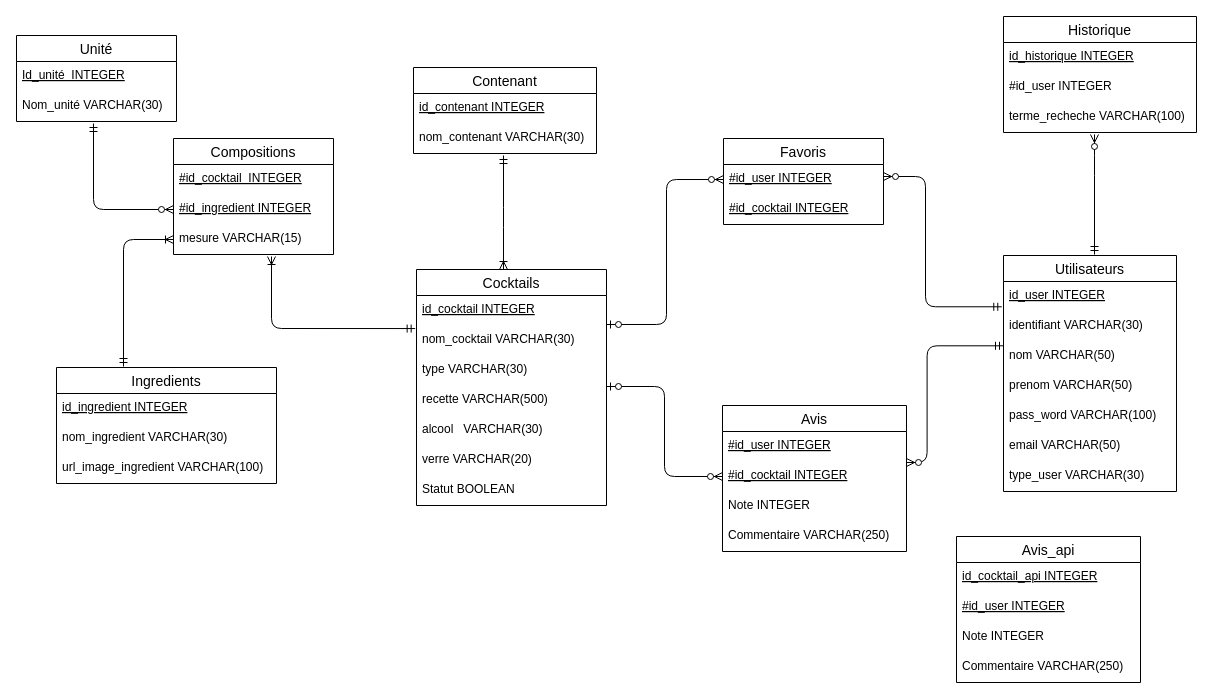
This is Diagramme de Base de données.drawio from snouatin/ProjetInfo2A, a draw.io file, before an edit. Source tidied: cells renumbered, new cells numbered last; positions are measured from the earlier drawing's top-left corner, leaving out a move shared by most shapes. Both pictures are drawn from the tidied source at 100%, with x=0, y=0 at pixel (16, 16).
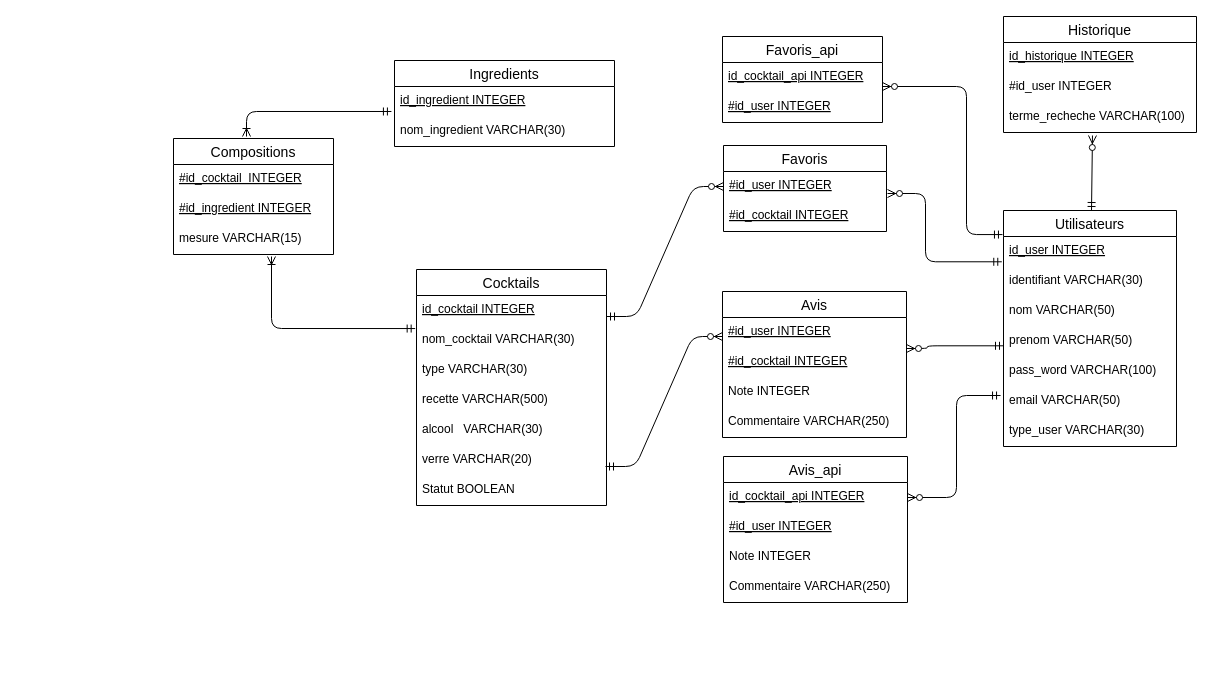
Above is the later version.

The change refers to these unchanged cells:
```xml
<mxCell id="15" value="#id_ingredient INTEGER" style="text;strokeColor=none;fillColor=none;spacingLeft=4;spacingRight=4;overflow=hidden;points=[[0,0.5],[1,0.5]];portConstraint=eastwest;fontSize=12;fontStyle=4;" parent="13" vertex="1">
  <mxGeometry y="56" width="160" height="30" as="geometry" />
</mxCell>
<mxCell id="16" value="mesure VARCHAR(15)" style="text;strokeColor=none;fillColor=none;spacingLeft=4;spacingRight=4;overflow=hidden;points=[[0,0.5],[1,0.5]];portConstraint=eastwest;fontSize=12;fontStyle=0;" parent="13" vertex="1">
  <mxGeometry y="86" width="160" height="30" as="geometry" />
</mxCell>
<mxCell id="33" value="#id_cocktail INTEGER" style="text;strokeColor=none;fillColor=none;spacingLeft=4;spacingRight=4;overflow=hidden;points=[[0,0.5],[1,0.5]];portConstraint=eastwest;fontSize=12;fontStyle=4;" parent="31" vertex="1">
  <mxGeometry y="56" width="184" height="30" as="geometry" />
</mxCell>
<mxCell id="41" value="identifiant VARCHAR(30)" style="text;strokeColor=none;fillColor=none;spacingLeft=4;spacingRight=4;overflow=hidden;points=[[0,0.5],[1,0.5]];portConstraint=eastwest;fontSize=12;" parent="39" vertex="1">
  <mxGeometry y="56" width="173" height="30" as="geometry" />
</mxCell>
<mxCell id="45" value="email VARCHAR(50)" style="text;strokeColor=none;fillColor=none;spacingLeft=4;spacingRight=4;overflow=hidden;points=[[0,0.5],[1,0.5]];portConstraint=eastwest;fontSize=12;" parent="39" vertex="1">
  <mxGeometry y="176" width="173" height="30" as="geometry" />
</mxCell>
<mxCell id="50" value="terme_recheche VARCHAR(100)" style="text;strokeColor=none;fillColor=none;spacingLeft=4;spacingRight=4;overflow=hidden;points=[[0,0.5],[1,0.5]];portConstraint=eastwest;fontSize=12;" parent="47" vertex="1">
  <mxGeometry y="86" width="193" height="30" as="geometry" />
</mxCell>
<mxCell id="54" value="id_cocktail_api INTEGER" style="text;strokeColor=none;fillColor=none;spacingLeft=4;spacingRight=4;overflow=hidden;points=[[0,0.5],[1,0.5]];portConstraint=eastwest;fontSize=12;fontStyle=4;" parent="53" vertex="1">
  <mxGeometry y="26" width="184" height="30" as="geometry" />
</mxCell>
```

What changed in the source:
```diff
@@
-    <mxCell id="2" style="edgeStyle=elbowEdgeStyle;fontSize=12;html=1;endArrow=ERzeroToMany;startArrow=ERmandOne;entryX=0;entryY=0.5;entryDx=0;entryDy=0;" parent="1" edge="1" target="15">
-      <mxGeometry relative="1" as="geometry">
-        <mxPoint x="77" y="107" as="sourcePoint" />
-        <Array as="points">
-          <mxPoint x="77" y="159" />
-        </Array>
-      </mxGeometry>
-    </mxCell>
-    <mxCell id="3" style="edgeStyle=elbowEdgeStyle;fontSize=12;html=1;endArrow=ERoneToMany;startArrow=ERmandOne;entryX=0;entryY=0.5;entryDx=0;entryDy=0;" parent="1" edge="1" target="16">
+    <mxCell id="3" style="edgeStyle=elbowEdgeStyle;fontSize=12;html=1;endArrow=ERoneToMany;startArrow=ERmandOne;exitX=-0.014;exitY=0.833;exitDx=0;exitDy=0;exitPerimeter=0;" parent="1" edge="1" source="10">
       <mxGeometry relative="1" as="geometry">
-        <mxPoint x="107" y="350" as="sourcePoint" />
+        <mxPoint x="230" y="120" as="targetPoint" />
         <Array as="points">
-          <mxPoint x="107" y="309" />
+          <mxPoint x="230" y="91" />
         </Array>
       </mxGeometry>
     </mxCell>
@@
-    <mxCell id="5" style="edgeStyle=elbowEdgeStyle;fontSize=12;html=1;endArrow=ERoneToMany;startArrow=ERmandOne;elbow=vertical;" parent="1" edge="1">
-      <mxGeometry relative="1" as="geometry">
-        <mxPoint x="487" y="139" as="sourcePoint" />
-        <mxPoint x="487" y="253" as="targetPoint" />
-        <Array as="points">
-          <mxPoint x="487" y="201" />
-        </Array>
-      </mxGeometry>
-    </mxCell>
     <mxCell id="6" style="edgeStyle=elbowEdgeStyle;fontSize=12;html=1;endArrow=ERzeroToMany;startArrow=ERmandOne;exitX=-0.01;exitY=-0.157;exitDx=0;exitDy=0;exitPerimeter=0;" parent="1" edge="1" source="41">
       <mxGeometry relative="1" as="geometry">
-        <mxPoint x="867" y="160" as="targetPoint" />
+        <mxPoint x="871" y="177" as="targetPoint" />
         <Array as="points">
           <mxPoint x="909" y="252" />
         </Array>
       </mxGeometry>
     </mxCell>
@@
-    <mxCell id="8" style="edgeStyle=elbowEdgeStyle;fontSize=12;html=1;endArrow=ERzeroToMany;startArrow=ERmandOne;elbow=vertical;" parent="1" edge="1">
-      <mxGeometry relative="1" as="geometry">
-        <mxPoint x="1078" y="238" as="sourcePoint" />
-        <mxPoint x="1078" y="118" as="targetPoint" />
-        <Array as="points">
-          <mxPoint x="1057" y="149" />
-        </Array>
-      </mxGeometry>
-    </mxCell>
-    <mxCell id="9" value="Ingredients" style="swimlane;fontStyle=0;horizontal=1;startSize=26;align=center;fontSize=14;" parent="1" vertex="1">
-      <mxGeometry x="40" y="351" width="220" height="116" as="geometry" />
-    </mxCell>
-    <mxCell id="10" value="id_ingredient INTEGER" style="text;strokeColor=none;fillColor=none;spacingLeft=4;spacingRight=4;overflow=hidden;points=[[0,0.5],[1,0.5]];portConstraint=eastwest;fontSize=12;fontStyle=4;" parent="9" vertex="1">
-      <mxGeometry y="26" width="220" height="30" as="geometry" />
-    </mxCell>
-    <mxCell id="11" value="nom_ingredient VARCHAR(30)" style="text;strokeColor=none;fillColor=none;spacingLeft=4;spacingRight=4;overflow=hidden;fontSize=12;" parent="9" vertex="1">
-      <mxGeometry y="56" width="220" height="30" as="geometry" />
-    </mxCell>
-    <mxCell id="12" value="url_image_ingredient VARCHAR(100)" style="text;strokeColor=none;fillColor=none;spacingLeft=4;spacingRight=4;overflow=hidden;fontSize=12;" parent="9" vertex="1">
-      <mxGeometry y="86" width="220" height="30" as="geometry" />
-    </mxCell>
@@
-    <mxCell id="17" value="Unité" style="swimlane;fontStyle=0;horizontal=1;startSize=26;align=center;fontSize=14;" parent="1" vertex="1">
-      <mxGeometry y="19" width="160" height="86" as="geometry" />
-    </mxCell>
-    <mxCell id="18" value="Id_unité  INTEGER" style="text;strokeColor=none;fillColor=none;spacingLeft=4;spacingRight=4;overflow=hidden;fontSize=12;fontStyle=4;" parent="17" vertex="1">
-      <mxGeometry y="26" width="160" height="30" as="geometry" />
-    </mxCell>
-    <mxCell id="19" value="Nom_unité VARCHAR(30)" style="text;strokeColor=none;fillColor=none;spacingLeft=4;spacingRight=4;overflow=hidden;fontSize=12;" parent="17" vertex="1">
-      <mxGeometry y="56" width="160" height="30" as="geometry" />
-    </mxCell>
@@
     <mxCell id="28" value="Favoris" style="swimlane;fontStyle=0;horizontal=1;startSize=26;align=center;fontSize=14;" parent="1" vertex="1">
-      <mxGeometry x="707" y="122" width="160" height="86" as="geometry" />
+      <mxGeometry x="707" y="129" width="163" height="86" as="geometry" />
     </mxCell>
     <mxCell id="29" value="#id_user INTEGER" style="text;strokeColor=none;fillColor=none;spacingLeft=4;spacingRight=4;overflow=hidden;points=[[0,0.5],[1,0.5]];portConstraint=eastwest;fontSize=12;fontStyle=4;" parent="28" vertex="1">
-      <mxGeometry y="26" width="160" height="30" as="geometry" />
+      <mxGeometry y="26" width="163" height="30" as="geometry" />
     </mxCell>
     <mxCell id="30" value="#id_cocktail INTEGER" style="text;strokeColor=none;fillColor=none;spacingLeft=4;spacingRight=4;overflow=hidden;fontSize=12;fontStyle=4;" parent="28" vertex="1">
-      <mxGeometry y="56" width="160" height="30" as="geometry" />
+      <mxGeometry y="56" width="163" height="30" as="geometry" />
     </mxCell>
     <mxCell id="31" value="Avis" style="swimlane;fontStyle=0;horizontal=1;startSize=26;align=center;fontSize=14;" parent="1" vertex="1">
-      <mxGeometry x="706" y="389" width="184" height="146" as="geometry" />
+      <mxGeometry x="706" y="275" width="184" height="146" as="geometry" />
     </mxCell>
@@
-    <mxCell id="36" value="Contenant" style="swimlane;fontStyle=0;horizontal=1;startSize=26;align=center;fontSize=14;" parent="1" vertex="1">
-      <mxGeometry x="397" y="51" width="183" height="86" as="geometry" />
-    </mxCell>
-    <mxCell id="37" value="id_contenant INTEGER" style="text;strokeColor=none;fillColor=none;spacingLeft=4;spacingRight=4;overflow=hidden;fontSize=12;fontStyle=4;" parent="36" vertex="1">
-      <mxGeometry y="26" width="183" height="30" as="geometry" />
-    </mxCell>
-    <mxCell id="38" value="nom_contenant VARCHAR(30)" style="text;strokeColor=none;fillColor=none;spacingLeft=4;spacingRight=4;overflow=hidden;fontSize=12;" parent="36" vertex="1">
-      <mxGeometry y="56" width="183" height="30" as="geometry" />
-    </mxCell>
     <mxCell id="39" value="Utilisateurs" style="swimlane;fontStyle=0;horizontal=1;startSize=26;align=center;fontSize=14;" parent="1" vertex="1">
-      <mxGeometry x="987" y="239" width="173" height="236" as="geometry" />
+      <mxGeometry x="987" y="194" width="173" height="236" as="geometry" />
     </mxCell>
@@
-    <mxCell id="51" style="edgeStyle=elbowEdgeStyle;fontSize=12;html=1;endArrow=ERzeroToMany;startArrow=ERzeroToOne;entryX=0;entryY=0.5;entryDx=0;entryDy=0;" parent="1" edge="1" target="29">
-      <mxGeometry relative="1" as="geometry">
-        <mxPoint x="590" y="308" as="sourcePoint" />
-        <Array as="points">
-          <mxPoint x="650" y="240" />
-        </Array>
-      </mxGeometry>
-    </mxCell>
-    <mxCell id="52" style="edgeStyle=elbowEdgeStyle;fontSize=12;html=1;endArrow=ERzeroToMany;startArrow=ERzeroToOne;entryX=0;entryY=0.5;entryDx=0;entryDy=0;" parent="1" edge="1" target="33">
-      <mxGeometry relative="1" as="geometry">
-        <mxPoint x="590" y="370" as="sourcePoint" />
-      </mxGeometry>
-    </mxCell>
+    <mxCell id="9" value="Ingredients" style="swimlane;fontStyle=0;horizontal=1;startSize=26;align=center;fontSize=14;" parent="1" vertex="1">
+      <mxGeometry x="378" y="44" width="220" height="86" as="geometry" />
+    </mxCell>
+    <mxCell id="10" value="id_ingredient INTEGER" style="text;strokeColor=none;fillColor=none;spacingLeft=4;spacingRight=4;overflow=hidden;points=[[0,0.5],[1,0.5]];portConstraint=eastwest;fontSize=12;fontStyle=4;" parent="9" vertex="1">
+      <mxGeometry y="26" width="220" height="30" as="geometry" />
+    </mxCell>
+    <mxCell id="11" value="nom_ingredient VARCHAR(30)" style="text;strokeColor=none;fillColor=none;spacingLeft=4;spacingRight=4;overflow=hidden;fontSize=12;" parent="9" vertex="1">
+      <mxGeometry y="56" width="220" height="30" as="geometry" />
+    </mxCell>
+    <mxCell id="58" value="Favoris_api" style="swimlane;fontStyle=0;horizontal=1;startSize=26;align=center;fontSize=14;" parent="1" vertex="1">
+      <mxGeometry x="706" y="20" width="160" height="86" as="geometry" />
+    </mxCell>
+    <mxCell id="59" value="id_cocktail_api INTEGER" style="text;strokeColor=none;fillColor=none;spacingLeft=4;spacingRight=4;overflow=hidden;fontSize=12;fontStyle=4;" parent="58" vertex="1">
+      <mxGeometry y="26" width="160" height="30" as="geometry" />
+    </mxCell>
+    <mxCell id="60" value="#id_user INTEGER" style="text;strokeColor=none;fillColor=none;spacingLeft=4;spacingRight=4;overflow=hidden;fontSize=12;fontStyle=4;" parent="58" vertex="1">
+      <mxGeometry y="56" width="160" height="30" as="geometry" />
+    </mxCell>
+    <mxCell id="61" style="edgeStyle=elbowEdgeStyle;fontSize=12;html=1;endArrow=ERzeroToMany;startArrow=ERmandOne;exitX=-0.006;exitY=0.102;exitDx=0;exitDy=0;exitPerimeter=0;" parent="1" edge="1" source="39">
+      <mxGeometry relative="1" as="geometry">
+        <mxPoint x="866" y="70" as="targetPoint" />
+        <Array as="points">
+          <mxPoint x="950" y="170" />
+          <mxPoint x="960" y="200" />
+          <mxPoint x="940" y="140" />
+        </Array>
+      </mxGeometry>
+    </mxCell>
+    <mxCell id="62" style="edgeStyle=elbowEdgeStyle;fontSize=12;html=1;endArrow=ERzeroToMany;startArrow=ERmandOne;entryX=1;entryY=0.5;entryDx=0;entryDy=0;exitX=-0.017;exitY=0.3;exitDx=0;exitDy=0;exitPerimeter=0;" parent="1" edge="1" source="45" target="54">
+      <mxGeometry relative="1" as="geometry">
+        <Array as="points">
+          <mxPoint x="940" y="410" />
+        </Array>
+      </mxGeometry>
+    </mxCell>
     <mxCell id="53" value="Avis_api" style="swimlane;fontStyle=0;horizontal=1;startSize=26;align=center;fontSize=14;" parent="1" vertex="1">
-      <mxGeometry x="940" y="520" width="184" height="146" as="geometry" />
+      <mxGeometry x="707" y="440" width="184" height="146" as="geometry" />
     </mxCell>
@@
+    <mxCell id="63" style="fontSize=12;html=1;endArrow=ERzeroToMany;startArrow=ERmandOne;entryX=0.461;entryY=1.1;entryDx=0;entryDy=0;entryPerimeter=0;" parent="1" edge="1" source="39" target="50">
+      <mxGeometry relative="1" as="geometry" />
+    </mxCell>
+    <mxCell id="64" style="edgeStyle=entityRelationEdgeStyle;fontSize=12;html=1;endArrow=ERzeroToMany;startArrow=ERmandOne;entryX=0;entryY=0.5;entryDx=0;entryDy=0;" parent="1" edge="1" target="29">
+      <mxGeometry relative="1" as="geometry">
+        <mxPoint x="590" y="300" as="sourcePoint" />
+      </mxGeometry>
+    </mxCell>
+    <mxCell id="65" style="edgeStyle=entityRelationEdgeStyle;fontSize=12;html=1;endArrow=ERzeroToMany;startArrow=ERmandOne;entryX=0;entryY=0.5;entryDx=0;entryDy=0;" parent="1" edge="1">
+      <mxGeometry relative="1" as="geometry">
+        <mxPoint x="589" y="450" as="sourcePoint" />
+        <mxPoint x="706" y="320" as="targetPoint" />
+      </mxGeometry>
+    </mxCell>
```
